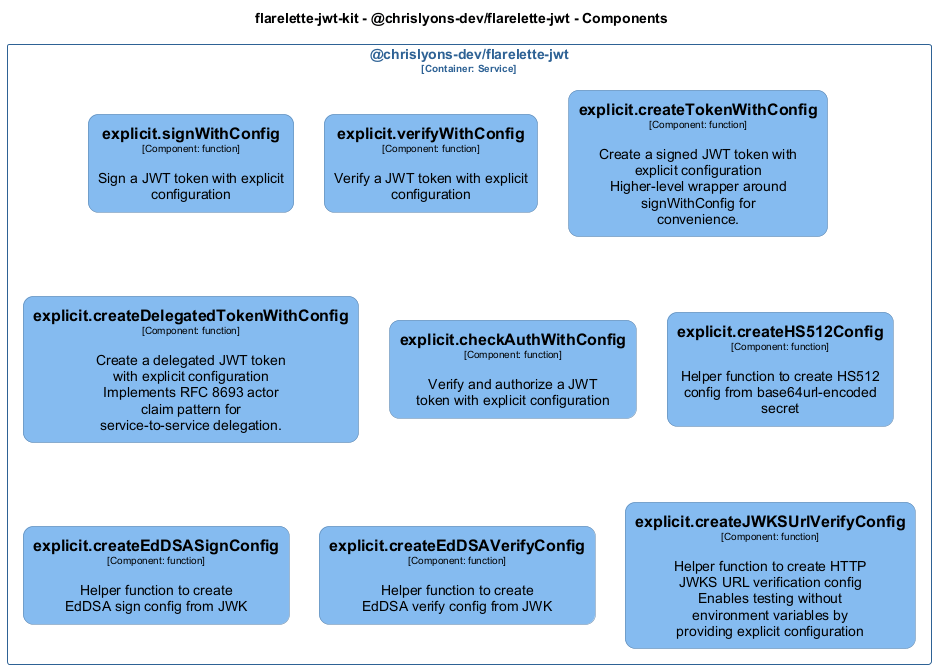
Earlier version of the PlantUML export docs/architecture/diagrams/structurizr-Classes_chrislyons_dev_flarelette_jwt__explicit.png (chrislyons-dev/flarelette-jwt-kit).
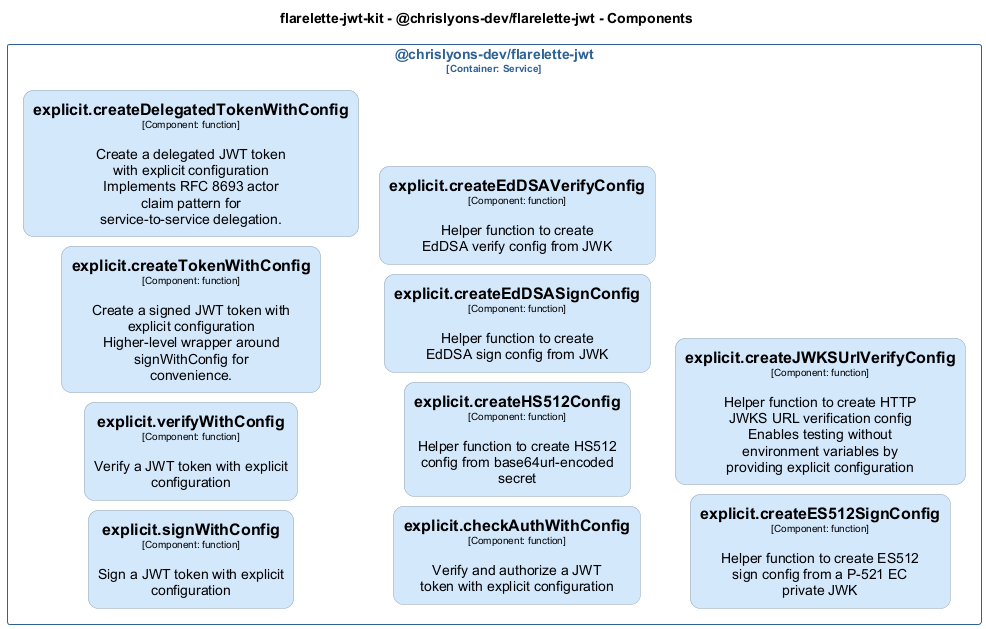
The same file after the commit.

Change to the diagram source:
```diff
@@ -2,9 +2,9 @@
 set separator none
 title flarelette-jwt-kit - @chrislyons-dev/flarelette-jwt - Components
 
-top to bottom direction
-skinparam ranksep 60
-skinparam nodesep 30
+left to right direction
+skinparam ranksep 20
+skinparam nodesep 10
 
 skinparam {
   arrowFontSize 10
@@ -17,65 +17,72 @@
 hide stereotype
 
 skinparam rectangle<<flarelettejwtkit.chrislyonsdevflarelettejwt.explicitcheckAuthWithConfig>> {
-  BackgroundColor #85bbf0
+  BackgroundColor #d4e8fc
   FontColor #000000
-  BorderColor #5d82a8
+  BorderColor #94a2b0
   roundCorner 20
   shadowing false
 }
 skinparam rectangle<<flarelettejwtkit.chrislyonsdevflarelettejwt.explicitcreateDelegatedTokenWithConfig>> {
-  BackgroundColor #85bbf0
+  BackgroundColor #d4e8fc
   FontColor #000000
-  BorderColor #5d82a8
+  BorderColor #94a2b0
+  roundCorner 20
+  shadowing false
+}
+skinparam rectangle<<flarelettejwtkit.chrislyonsdevflarelettejwt.explicitcreateES512SignConfig>> {
+  BackgroundColor #d4e8fc
+  FontColor #000000
+  BorderColor #94a2b0
   roundCorner 20
   shadowing false
 }
 skinparam rectangle<<flarelettejwtkit.chrislyonsdevflarelettejwt.explicitcreateEdDSASignConfig>> {
-  BackgroundColor #85bbf0
+  BackgroundColor #d4e8fc
   FontColor #000000
-  BorderColor #5d82a8
+  BorderColor #94a2b0
   roundCorner 20
   shadowing false
 }
 skinparam rectangle<<flarelettejwtkit.chrislyonsdevflarelettejwt.explicitcreateEdDSAVerifyConfig>> {
-  BackgroundColor #85bbf0
+  BackgroundColor #d4e8fc
   FontColor #000000
-  BorderColor #5d82a8
+  BorderColor #94a2b0
   roundCorner 20
   shadowing false
 }
 skinparam rectangle<<flarelettejwtkit.chrislyonsdevflarelettejwt.explicitcreateHS512Config>> {
-  BackgroundColor #85bbf0
+  BackgroundColor #d4e8fc
   FontColor #000000
-  BorderColor #5d82a8
+  BorderColor #94a2b0
   roundCorner 20
   shadowing false
 }
 skinparam rectangle<<flarelettejwtkit.chrislyonsdevflarelettejwt.explicitcreateJWKSUrlVerifyConfig>> {
-  BackgroundColor #85bbf0
+  BackgroundColor #d4e8fc
   FontColor #000000
-  BorderColor #5d82a8
+  BorderColor #94a2b0
   roundCorner 20
   shadowing false
 }
 skinparam rectangle<<flarelettejwtkit.chrislyonsdevflarelettejwt.explicitcreateTokenWithConfig>> {
-  BackgroundColor #85bbf0
+  BackgroundColor #d4e8fc
   FontColor #000000
-  BorderColor #5d82a8
+  BorderColor #94a2b0
   roundCorner 20
   shadowing false
 }
 skinparam rectangle<<flarelettejwtkit.chrislyonsdevflarelettejwt.explicitsignWithConfig>> {
-  BackgroundColor #85bbf0
+  BackgroundColor #d4e8fc
   FontColor #000000
-  BorderColor #5d82a8
+  BorderColor #94a2b0
   roundCorner 20
   shadowing false
 }
 skinparam rectangle<<flarelettejwtkit.chrislyonsdevflarelettejwt.explicitverifyWithConfig>> {
-  BackgroundColor #85bbf0
+  BackgroundColor #d4e8fc
   FontColor #000000
-  BorderColor #5d82a8
+  BorderColor #94a2b0
   roundCorner 20
   shadowing false
 }
@@ -94,6 +101,7 @@
   rectangle "==explicit.createHS512Config\n<size:10>[Component: function]</size>\n\nHelper function to create HS512 config from base64url-encoded secret" <<flarelettejwtkit.chrislyonsdevflarelettejwt.explicitcreateHS512Config>> as flarelettejwtkit.chrislyonsdevflarelettejwt.explicitcreateHS512Config
   rectangle "==explicit.createEdDSASignConfig\n<size:10>[Component: function]</size>\n\nHelper function to create EdDSA sign config from JWK" <<flarelettejwtkit.chrislyonsdevflarelettejwt.explicitcreateEdDSASignConfig>> as flarelettejwtkit.chrislyonsdevflarelettejwt.explicitcreateEdDSASignConfig
   rectangle "==explicit.createEdDSAVerifyConfig\n<size:10>[Component: function]</size>\n\nHelper function to create EdDSA verify config from JWK" <<flarelettejwtkit.chrislyonsdevflarelettejwt.explicitcreateEdDSAVerifyConfig>> as flarelettejwtkit.chrislyonsdevflarelettejwt.explicitcreateEdDSAVerifyConfig
+  rectangle "==explicit.createES512SignConfig\n<size:10>[Component: function]</size>\n\nHelper function to create ES512 sign config from a P-521 EC private JWK" <<flarelettejwtkit.chrislyonsdevflarelettejwt.explicitcreateES512SignConfig>> as flarelettejwtkit.chrislyonsdevflarelettejwt.explicitcreateES512SignConfig
   rectangle "==explicit.createJWKSUrlVerifyConfig\n<size:10>[Component: function]</size>\n\nHelper function to create HTTP JWKS URL verification config Enables testing without environment variables by providing explicit configuration" <<flarelettejwtkit.chrislyonsdevflarelettejwt.explicitcreateJWKSUrlVerifyConfig>> as flarelettejwtkit.chrislyonsdevflarelettejwt.explicitcreateJWKSUrlVerifyConfig
 }
 
```
